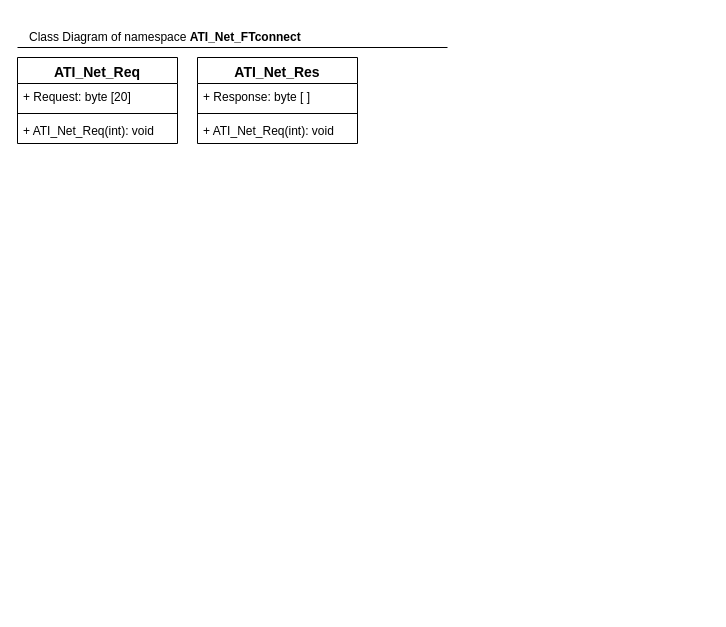
The draw.io diagram Untitled Diagram.drawio in VolcanHuang/Project_Demo, before the edit. Source tidied: cells renumbered, new cells numbered last; positions are measured from the earlier drawing's top-left corner, leaving out a move shared by most shapes. Both pictures are drawn from the tidied source at 100%, with x=0, y=0 at pixel (17, 27).
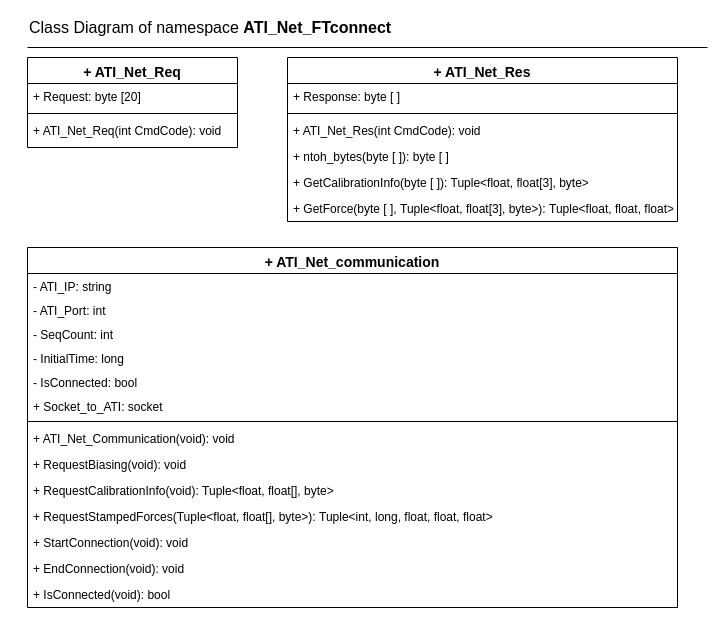
After the change.

Commit message:
Class Diagram of ATI_Net_FTconnect namespace

What changed in the source:
```diff
@@
     <mxCell id="2" style="endArrow=none;html=1;" parent="1" edge="1">
       <mxGeometry relative="1" as="geometry">
-        <mxPoint y="20" as="sourcePoint" />
-        <mxPoint x="430" y="20" as="targetPoint" />
+        <mxPoint x="10" y="20" as="sourcePoint" />
+        <mxPoint x="690" y="20" as="targetPoint" />
       </mxGeometry>
     </mxCell>
-    <mxCell id="3" value="Class Diagram of namespace &lt;b&gt;ATI_Net_FTconnect&lt;/b&gt;" style="text;html=1;strokeColor=none;fillColor=none;align=left;verticalAlign=middle;whiteSpace=wrap;rounded=0;" parent="1" vertex="1">
-      <mxGeometry x="10" width="400" height="20" as="geometry" />
+    <mxCell id="3" value="&lt;font style=&quot;font-size: 16px ; background-color: rgb(255 , 255 , 255)&quot;&gt;Class Diagram of namespace &lt;b&gt;ATI_Net_FTconnect&lt;/b&gt;&lt;/font&gt;" style="text;html=1;strokeColor=none;fillColor=none;align=left;verticalAlign=middle;whiteSpace=wrap;rounded=0;" parent="1" vertex="1">
+      <mxGeometry x="10" y="-10" width="370" height="20" as="geometry" />
     </mxCell>
-    <mxCell id="4" value="ATI_Net_Req" style="swimlane;fontStyle=1;align=center;verticalAlign=top;horizontal=1;startSize=26;fontSize=14;" parent="1" vertex="1">
-      <mxGeometry y="30" width="160" height="86" as="geometry" />
+    <mxCell id="4" value="+ ATI_Net_Req" style="swimlane;fontStyle=1;align=center;verticalAlign=top;horizontal=1;startSize=26;fontSize=14;" parent="1" vertex="1">
+      <mxGeometry x="10" y="30" width="210" height="90" as="geometry" />
     </mxCell>
     <mxCell id="5" value="+ Request: byte [20]" style="text;strokeColor=none;fillColor=none;align=left;verticalAlign=top;spacingLeft=4;spacingRight=4;overflow=hidden;points=[[0,0.5],[1,0.5]];portConstraint=eastwest;" parent="4" vertex="1">
-      <mxGeometry y="26" width="160" height="26" as="geometry" />
+      <mxGeometry y="26" width="210" height="26" as="geometry" />
     </mxCell>
     <mxCell id="6" style="line;strokeWidth=1;fillColor=none;align=left;verticalAlign=middle;spacingTop=-1;spacingLeft=3;spacingRight=3;labelPosition=right;" parent="4" vertex="1">
-      <mxGeometry y="52" width="160" height="8" as="geometry" />
+      <mxGeometry y="52" width="210" height="8" as="geometry" />
     </mxCell>
-    <mxCell id="7" value="+ ATI_Net_Req(int): void" style="text;strokeColor=none;fillColor=none;align=left;verticalAlign=top;spacingLeft=4;spacingRight=4;overflow=hidden;" parent="4" vertex="1">
-      <mxGeometry y="60" width="160" height="26" as="geometry" />
+    <mxCell id="7" value="+ ATI_Net_Req(int CmdCode): void" style="text;strokeColor=none;fillColor=none;align=left;verticalAlign=top;spacingLeft=4;spacingRight=4;overflow=hidden;" parent="4" vertex="1">
+      <mxGeometry y="60" width="210" height="30" as="geometry" />
     </mxCell>
+    <mxCell id="12" style="edgeStyle=orthogonalEdgeStyle;rounded=0;orthogonalLoop=1;jettySize=auto;html=1;exitX=1;exitY=0.5;exitDx=0;exitDy=0;" parent="4" edge="1" source="5" target="5">
+      <mxGeometry relative="1" as="geometry" />
+    </mxCell>
+    <mxCell id="13" value="+ ATI_Net_communication" style="swimlane;fontStyle=1;align=center;verticalAlign=top;horizontal=1;startSize=26;fontSize=14;" parent="1" vertex="1">
+      <mxGeometry x="10" y="220" width="650" height="360" as="geometry" />
+    </mxCell>
+    <mxCell id="14" value="- ATI_IP: string" style="text;strokeColor=none;fillColor=none;align=left;verticalAlign=top;spacingLeft=4;spacingRight=4;overflow=hidden;spacingBottom=0;spacingTop=0;labelBackgroundColor=none;horizontal=1;" parent="13" vertex="1">
+      <mxGeometry y="26" width="650" height="24" as="geometry" />
+    </mxCell>
+    <mxCell id="15" value="- ATI_Port: int" style="text;strokeColor=none;fillColor=none;align=left;verticalAlign=top;spacingLeft=4;spacingRight=4;overflow=hidden;spacingBottom=0;spacingTop=0;labelBackgroundColor=none;horizontal=1;" parent="13" vertex="1">
+      <mxGeometry y="50" width="650" height="24" as="geometry" />
+    </mxCell>
+    <mxCell id="16" value="- SeqCount: int" style="text;strokeColor=none;fillColor=none;align=left;verticalAlign=top;spacingLeft=4;spacingRight=4;overflow=hidden;spacingBottom=0;spacingTop=0;labelBackgroundColor=none;horizontal=1;" parent="13" vertex="1">
+      <mxGeometry y="74" width="650" height="24" as="geometry" />
+    </mxCell>
+    <mxCell id="17" value="- InitialTime: long" style="text;strokeColor=none;fillColor=none;align=left;verticalAlign=top;spacingLeft=4;spacingRight=4;overflow=hidden;spacingBottom=0;spacingTop=0;labelBackgroundColor=none;horizontal=1;" parent="13" vertex="1">
+      <mxGeometry y="98" width="650" height="24" as="geometry" />
+    </mxCell>
+    <mxCell id="18" value="- IsConnected: bool" style="text;strokeColor=none;fillColor=none;align=left;verticalAlign=top;spacingLeft=4;spacingRight=4;overflow=hidden;spacingBottom=0;spacingTop=0;labelBackgroundColor=none;horizontal=1;" parent="13" vertex="1">
+      <mxGeometry y="122" width="650" height="24" as="geometry" />
+    </mxCell>
+    <mxCell id="19" value="+ Socket_to_ATI: socket" style="text;strokeColor=none;fillColor=none;align=left;verticalAlign=top;spacingLeft=4;spacingRight=4;overflow=hidden;spacingBottom=0;spacingTop=0;labelBackgroundColor=none;horizontal=1;" parent="13" vertex="1">
+      <mxGeometry y="146" width="650" height="24" as="geometry" />
+    </mxCell>
+    <mxCell id="20" style="line;strokeWidth=1;fillColor=none;align=left;verticalAlign=middle;spacingTop=-1;spacingLeft=3;spacingRight=3;labelPosition=right;" parent="13" vertex="1">
+      <mxGeometry y="170" width="650" height="8" as="geometry" />
+    </mxCell>
+    <mxCell id="21" value="+ ATI_Net_Communication(void): void " style="text;strokeColor=none;fillColor=none;align=left;verticalAlign=top;spacingLeft=4;spacingRight=4;overflow=hidden;" parent="13" vertex="1">
+      <mxGeometry y="178" width="650" height="26" as="geometry" />
+    </mxCell>
+    <mxCell id="22" value="+ RequestBiasing(void): void" style="text;strokeColor=none;fillColor=none;align=left;verticalAlign=top;spacingLeft=4;spacingRight=4;overflow=hidden;" parent="13" vertex="1">
+      <mxGeometry y="204" width="650" height="26" as="geometry" />
+    </mxCell>
+    <mxCell id="23" value="+ RequestCalibrationInfo(void): Tuple&lt;float, float[], byte&gt;" style="text;strokeColor=none;fillColor=none;align=left;verticalAlign=top;spacingLeft=4;spacingRight=4;overflow=hidden;" parent="13" vertex="1">
+      <mxGeometry y="230" width="650" height="26" as="geometry" />
+    </mxCell>
+    <mxCell id="24" value="+ RequestStampedForces(Tuple&lt;float, float[], byte&gt;): Tuple&lt;int, long, float, float, float&gt; " style="text;strokeColor=none;fillColor=none;align=left;verticalAlign=top;spacingLeft=4;spacingRight=4;overflow=hidden;" parent="13" vertex="1">
+      <mxGeometry y="256" width="650" height="26" as="geometry" />
+    </mxCell>
+    <mxCell id="25" value="+ StartConnection(void): void" style="text;strokeColor=none;fillColor=none;align=left;verticalAlign=top;spacingLeft=4;spacingRight=4;overflow=hidden;" parent="13" vertex="1">
+      <mxGeometry y="282" width="650" height="26" as="geometry" />
+    </mxCell>
+    <mxCell id="26" value="+ EndConnection(void): void" style="text;strokeColor=none;fillColor=none;align=left;verticalAlign=top;spacingLeft=4;spacingRight=4;overflow=hidden;" parent="13" vertex="1">
+      <mxGeometry y="308" width="650" height="26" as="geometry" />
+    </mxCell>
+    <mxCell id="27" value="+ IsConnected(void): bool" style="text;strokeColor=none;fillColor=none;align=left;verticalAlign=top;spacingLeft=4;spacingRight=4;overflow=hidden;" parent="13" vertex="1">
+      <mxGeometry y="334" width="650" height="26" as="geometry" />
+    </mxCell>
-    <mxCell id="8" value="ATI_Net_Res" style="swimlane;fontStyle=1;align=center;verticalAlign=top;horizontal=1;startSize=26;fontSize=14;" parent="1" vertex="1">
-      <mxGeometry x="180" y="30" width="160" height="86" as="geometry" />
+    <mxCell id="8" value="+ ATI_Net_Res" style="swimlane;fontStyle=1;align=center;verticalAlign=top;horizontal=1;startSize=26;fontSize=14;" parent="1" vertex="1">
+      <mxGeometry x="270" y="30" width="390" height="164" as="geometry" />
     </mxCell>
     <mxCell id="9" value="+ Response: byte [ ]" style="text;strokeColor=none;fillColor=none;align=left;verticalAlign=top;spacingLeft=4;spacingRight=4;overflow=hidden;" parent="8" vertex="1">
-      <mxGeometry y="26" width="160" height="26" as="geometry" />
+      <mxGeometry y="26" width="390" height="26" as="geometry" />
     </mxCell>
     <mxCell id="10" style="line;strokeWidth=1;fillColor=none;align=left;verticalAlign=middle;spacingTop=-1;spacingLeft=3;spacingRight=3;labelPosition=right;" parent="8" vertex="1">
-      <mxGeometry y="52" width="160" height="8" as="geometry" />
+      <mxGeometry y="52" width="390" height="8" as="geometry" />
     </mxCell>
-    <mxCell id="11" value="+ ATI_Net_Req(int): void" style="text;strokeColor=none;fillColor=none;align=left;verticalAlign=top;spacingLeft=4;spacingRight=4;overflow=hidden;" parent="8" vertex="1">
-      <mxGeometry y="60" width="160" height="26" as="geometry" />
+    <mxCell id="11" value="+ ATI_Net_Res(int CmdCode): void" style="text;strokeColor=none;fillColor=none;align=left;verticalAlign=top;spacingLeft=4;spacingRight=4;overflow=hidden;" parent="8" vertex="1">
+      <mxGeometry y="60" width="390" height="26" as="geometry" />
     </mxCell>
+    <mxCell id="28" value="+ ntoh_bytes(byte [ ]): byte [ ] " style="text;strokeColor=none;fillColor=none;align=left;verticalAlign=top;spacingLeft=4;spacingRight=4;overflow=hidden;" parent="8" vertex="1">
+      <mxGeometry y="86" width="390" height="26" as="geometry" />
+    </mxCell>
+    <mxCell id="29" value="+ GetCalibrationInfo(byte [ ]): Tuple&lt;float, float[3], byte&gt;" style="text;strokeColor=none;fillColor=none;align=left;verticalAlign=top;spacingLeft=4;spacingRight=4;overflow=hidden;" parent="8" vertex="1">
+      <mxGeometry y="112" width="390" height="26" as="geometry" />
+    </mxCell>
+    <mxCell id="30" value="+ GetForce(byte [ ], Tuple&lt;float, float[3], byte&gt;): Tuple&lt;float, float, float&gt;" style="text;strokeColor=none;fillColor=none;align=left;verticalAlign=top;spacingLeft=4;spacingRight=4;overflow=hidden;" parent="8" vertex="1">
+      <mxGeometry y="138" width="390" height="26" as="geometry" />
+    </mxCell>
```
